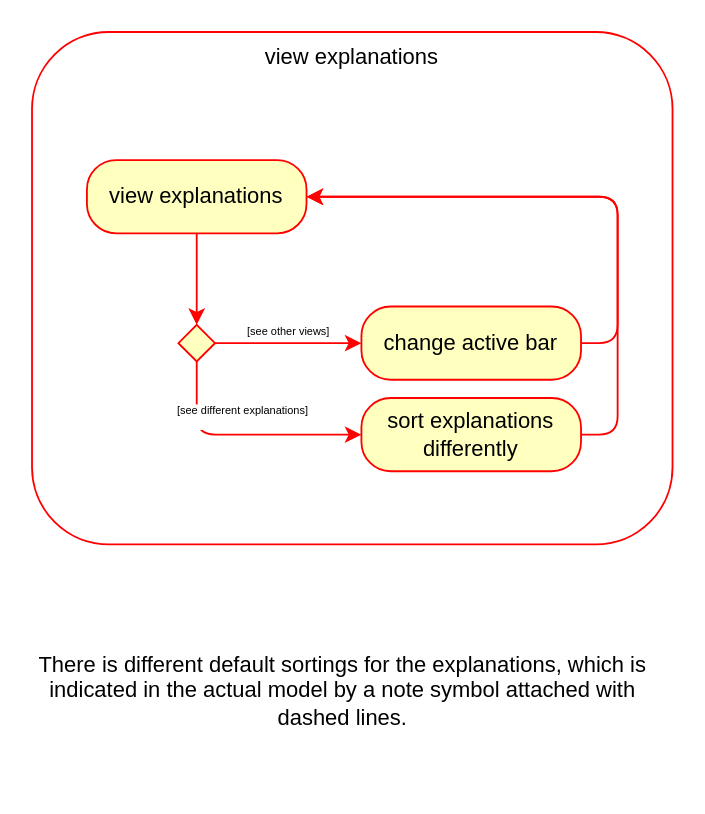
Before: page "View Explanations" (2 of 7) of diagrams/userflow.drawio in GabrielKP/vice-versa, a draw.io diagram. Source tidied: cells renumbered, new cells numbered last; positions are measured from the earlier drawing's top-left corner, leaving out a move shared by most shapes. Both pictures are drawn from the tidied source at 183%, with x=0, y=0 at pixel (31, 31).
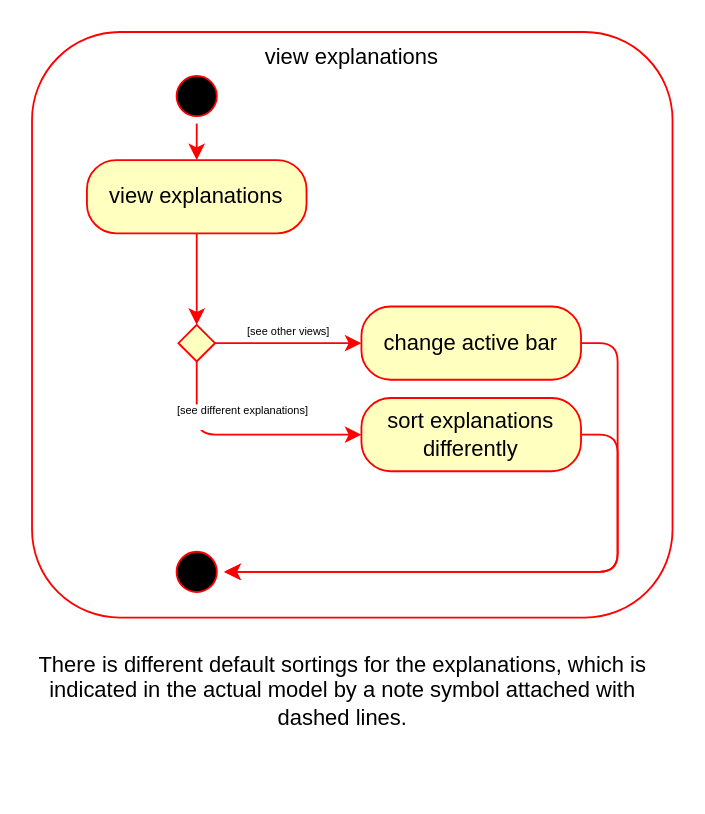
Above is the later version.

What changed in the source:
```diff
@@
 <mxGraphModel>
   <root>
     <mxCell id="0" />
     <mxCell id="1" parent="0" />
+    <mxCell id="11" value="&lt;div&gt;view explanations&lt;br&gt;&lt;/div&gt;" style="rounded=1;whiteSpace=wrap;html=1;fillColor=none;align=center;verticalAlign=top;strokeColor=#FF0000;" parent="1" vertex="1">
+      <mxGeometry width="350" height="320" as="geometry" />
+    </mxCell>
     <mxCell id="2" style="edgeStyle=orthogonalEdgeStyle;rounded=1;jettySize=auto;html=1;strokeColor=#FF0000;fontSize=6;align=left;" parent="1" edge="1" source="3" target="6">
       <mxGeometry relative="1" as="geometry" />
     </mxCell>
     <mxCell id="3" value="view explanations" style="rounded=1;whiteSpace=wrap;html=1;arcSize=40;fontColor=#000000;fillColor=#ffffc0;strokeColor=#ff0000;" parent="1" vertex="1">
       <mxGeometry x="30" y="70" width="120" height="40" as="geometry" />
     </mxCell>
     <mxCell id="4" value="&lt;div&gt;[see different explanations]&lt;/div&gt;&lt;div&gt;&lt;br&gt;&lt;/div&gt;" style="edgeStyle=orthogonalEdgeStyle;rounded=1;jettySize=auto;html=1;entryX=0;entryY=0.5;entryDx=0;entryDy=0;strokeColor=#FF0000;fontSize=6;align=center;exitX=0.5;exitY=1;exitDx=0;exitDy=0;verticalAlign=bottom;" parent="1" edge="1" source="6" target="8">
       <mxGeometry relative="1" as="geometry" />
     </mxCell>
     <mxCell id="5" value="&lt;div&gt;[see other views]&lt;/div&gt;" style="edgeStyle=orthogonalEdgeStyle;rounded=1;jettySize=auto;html=1;entryX=0;entryY=0.5;entryDx=0;entryDy=0;strokeColor=#FF0000;fontSize=6;align=center;verticalAlign=bottom;" parent="1" edge="1" source="6" target="10">
       <mxGeometry relative="1" as="geometry" />
     </mxCell>
     <mxCell id="6" style="rhombus;whiteSpace=wrap;html=1;fillColor=#ffffc0;strokeColor=#ff0000;" parent="1" vertex="1">
       <mxGeometry x="80" y="160" width="20" height="20" as="geometry" />
     </mxCell>
-    <mxCell id="7" style="edgeStyle=orthogonalEdgeStyle;rounded=1;jettySize=auto;html=1;entryX=1;entryY=0.5;entryDx=0;entryDy=0;strokeColor=#FF0000;fontSize=6;align=left;exitX=1;exitY=0.5;exitDx=0;exitDy=0;" parent="1" edge="1" source="8" target="3">
+    <mxCell id="7" style="edgeStyle=orthogonalEdgeStyle;rounded=1;jettySize=auto;html=1;entryX=1;entryY=0.5;entryDx=0;entryDy=0;strokeColor=#FF0000;fontSize=6;align=left;exitX=1;exitY=0.5;exitDx=0;exitDy=0;" parent="1" edge="1" source="8" target="15">
       <mxGeometry relative="1" as="geometry" />
     </mxCell>
     <mxCell id="8" value="&lt;div&gt;sort explanations differently&lt;/div&gt;" style="rounded=1;whiteSpace=wrap;html=1;arcSize=40;fontColor=#000000;fillColor=#ffffc0;strokeColor=#ff0000;" parent="1" vertex="1">
       <mxGeometry x="180" y="200" width="120" height="40" as="geometry" />
     </mxCell>
-    <mxCell id="9" style="edgeStyle=orthogonalEdgeStyle;rounded=1;jettySize=auto;html=1;entryX=1;entryY=0.5;entryDx=0;entryDy=0;strokeColor=#FF0000;fontSize=6;align=left;exitX=1;exitY=0.5;exitDx=0;exitDy=0;" parent="1" edge="1" source="10" target="3">
+    <mxCell id="9" style="edgeStyle=orthogonalEdgeStyle;rounded=1;jettySize=auto;html=1;entryX=1;entryY=0.5;entryDx=0;entryDy=0;strokeColor=#FF0000;fontSize=6;align=left;exitX=1;exitY=0.5;exitDx=0;exitDy=0;" parent="1" edge="1" source="10" target="15">
       <mxGeometry relative="1" as="geometry" />
     </mxCell>
     <mxCell id="10" value="change active bar" style="rounded=1;whiteSpace=wrap;html=1;arcSize=40;fontColor=#000000;fillColor=#ffffc0;strokeColor=#ff0000;" parent="1" vertex="1">
       <mxGeometry x="180" y="150" width="120" height="40" as="geometry" />
     </mxCell>
-    <mxCell id="11" value="&lt;div&gt;view explanations&lt;br&gt;&lt;/div&gt;" style="rounded=1;whiteSpace=wrap;html=1;fillColor=none;align=center;verticalAlign=top;strokeColor=#FF0000;" parent="1" vertex="1">
-      <mxGeometry width="350" height="280" as="geometry" />
-    </mxCell>
     <mxCell id="12" value="&lt;div&gt;There is different default sortings for the explanations, which is indicated in the actual model by a note symbol attached with dashed lines.&lt;/div&gt;" style="text;html=1;strokeColor=none;fillColor=none;align=center;verticalAlign=middle;whiteSpace=wrap;rounded=0;shadow=0;" parent="1" vertex="1">
       <mxGeometry y="310" width="340" height="100" as="geometry" />
     </mxCell>
+    <mxCell id="13" style="ellipse;html=1;shape=startState;fillColor=#000000;strokeColor=#ff0000;" parent="1" vertex="1">
+      <mxGeometry x="75" y="20" width="30" height="30" as="geometry" />
+    </mxCell>
+    <mxCell id="14" style="edgeStyle=orthogonalEdgeStyle;rounded=1;jettySize=auto;html=1;strokeColor=#FF0000;fontSize=6;align=left;exitX=0.5;exitY=1;exitDx=0;exitDy=0;" parent="1" edge="1" source="13">
+      <mxGeometry relative="1" as="geometry">
+        <mxPoint x="90" y="70" as="targetPoint" />
+      </mxGeometry>
+    </mxCell>
+    <mxCell id="15" style="ellipse;html=1;shape=startState;fillColor=#000000;strokeColor=#ff0000;" parent="1" vertex="1">
+      <mxGeometry x="75" y="280" width="30" height="30" as="geometry" />
+    </mxCell>
   </root>
 </mxGraphModel>
```
